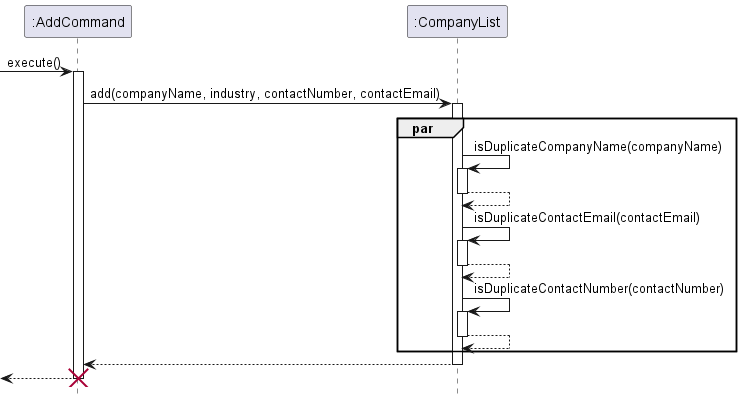
nus-cs2113-AY2223S2/tp keeps this PlantUML diagram as docs/UML/Image/Duplication_checker.png. Above is the earlier version.
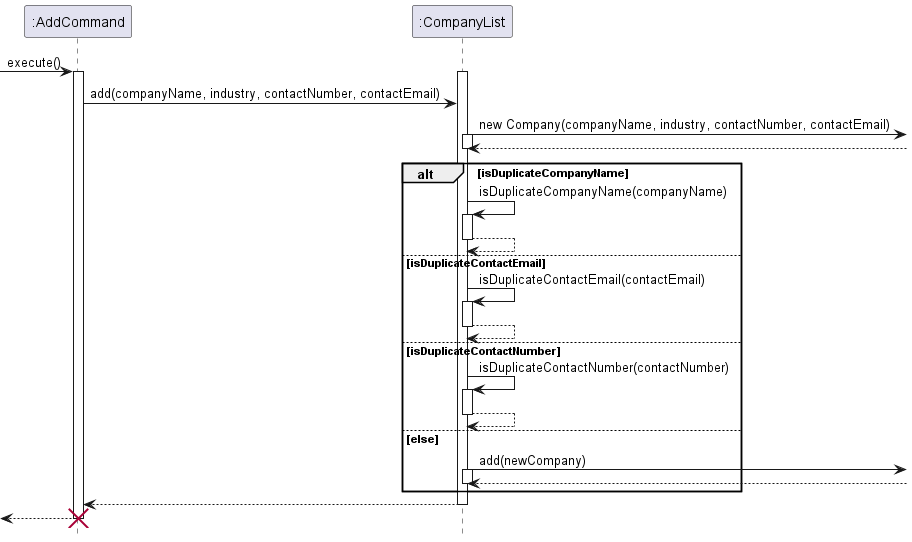
The same file after the commit.

Commit message:
Update diagram for duplication checker

What changed in the source:
```diff
@@ -5,21 +5,36 @@
 -> ":AddCommand" : execute()
 
 activate ":AddCommand"
+
+    activate ":CompanyList"
     ":AddCommand" -> ":CompanyList" : add(companyName, industry, contactNumber, contactEmail)
-    activate ":CompanyList"
-    par
+    ":CompanyList" -> : new Company(companyName, industry, contactNumber, contactEmail)
+                 activate ":CompanyList"
+                 ":CompanyList" <-- :
+                 deactivate ":CompanyList"
+    alt isDuplicateCompanyName
             ":CompanyList" -> ":CompanyList" : isDuplicateCompanyName(companyName)
             activate ":CompanyList"
                 ":CompanyList" --> ":CompanyList"
             deactivate ":CompanyList"
+
+    else isDuplicateContactEmail
             ":CompanyList" -> ":CompanyList" : isDuplicateContactEmail(contactEmail)
             activate ":CompanyList"
                 ":CompanyList" --> ":CompanyList"
             deactivate ":CompanyList"
+
+    else isDuplicateContactNumber
             ":CompanyList" -> ":CompanyList" : isDuplicateContactNumber(contactNumber)
             activate ":CompanyList"
                 ":CompanyList" --> ":CompanyList"
             deactivate ":CompanyList"
+
+    else else
+        ":CompanyList" -> : add(newCompany)
+         activate ":CompanyList"
+         ":CompanyList" <-- :
+         deactivate ":CompanyList"
     end
     ":CompanyList" --> ":AddCommand"
     deactivate ":CompanyList"
@@ -28,4 +43,7 @@
 
 destroy ":AddCommand"
 
+
+
+
 @enduml
```
